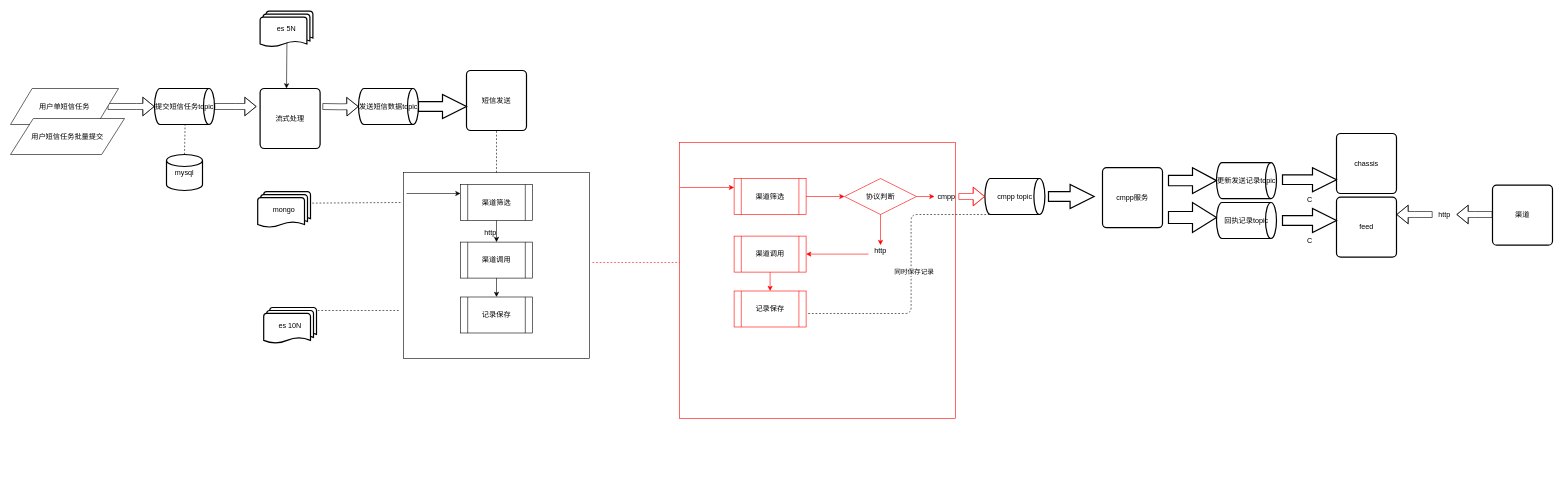
Earlier version of the draw.io diagram Untitled Diagram.drawio (hack0303/draw.io-store). Source tidied: cells renumbered, new cells numbered last; positions are measured from the earlier drawing's top-left corner, leaving out a move shared by most shapes. Both pictures are drawn from the tidied source at 60%, with x=0, y=0 at pixel (10, 11).
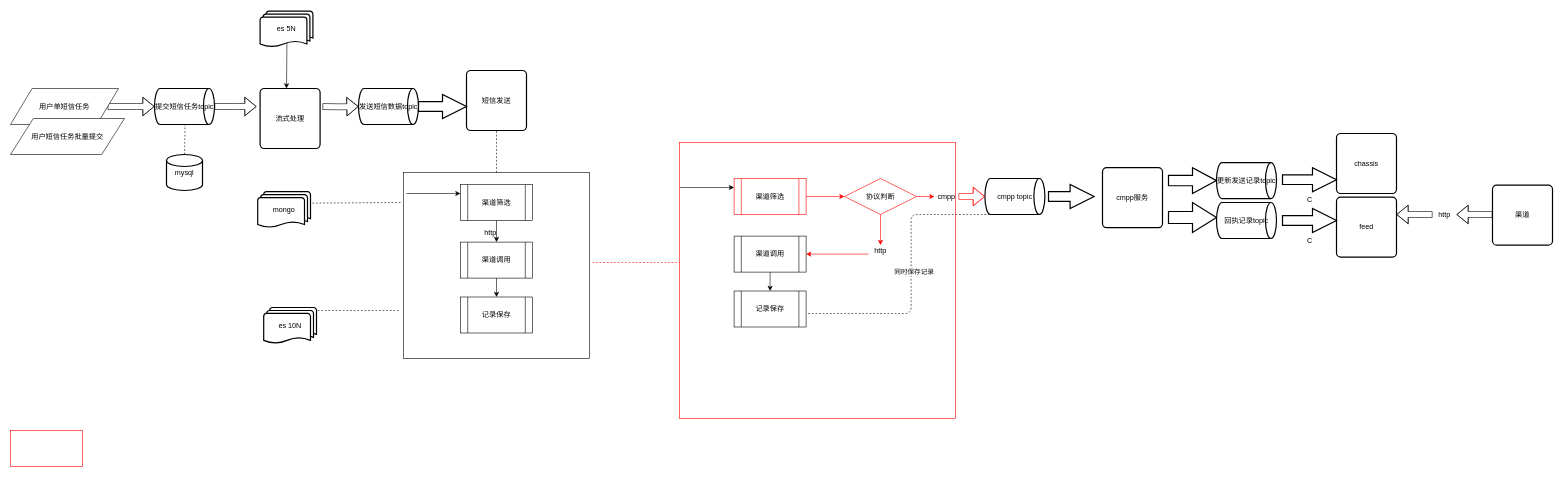
Above is the later version.

Unchanged cells that the change refers to:
```xml
<mxCell id="24" value="渠道筛选" style="shape=process;whiteSpace=wrap;html=1;backgroundOutline=1;strokeColor=#FF0000;" parent="1" vertex="1">
  <mxGeometry x="1206" y="279" width="120" height="60" as="geometry" />
</mxCell>
```

Change to the diagram source:
```diff
@@
-    <mxCell id="22" value="渠道调用" style="shape=process;whiteSpace=wrap;html=1;backgroundOutline=1;strokeColor=#FF0000;" parent="1" vertex="1">
+    <mxCell id="22" value="渠道调用" style="shape=process;whiteSpace=wrap;html=1;backgroundOutline=1;strokeColor=#000000;" parent="1" vertex="1">
       <mxGeometry x="1206" y="375" width="120" height="60" as="geometry" />
     </mxCell>
-    <mxCell id="23" value="记录保存" style="shape=process;whiteSpace=wrap;html=1;backgroundOutline=1;strokeColor=#FF0000;" parent="1" vertex="1">
+    <mxCell id="23" value="记录保存" style="shape=process;whiteSpace=wrap;html=1;backgroundOutline=1;strokeColor=#000000;" parent="1" vertex="1">
       <mxGeometry x="1206" y="466.5" width="120" height="60" as="geometry" />
     </mxCell>
@@
-    <mxCell id="25" style="endArrow=classic;html=1;exitX=0.5;exitY=1;exitDx=0;exitDy=0;entryX=0.5;entryY=0;entryDx=0;entryDy=0;strokeColor=#FF0000;" parent="1" edge="1" source="22" target="23">
+    <mxCell id="25" style="endArrow=classic;html=1;exitX=0.5;exitY=1;exitDx=0;exitDy=0;entryX=0.5;entryY=0;entryDx=0;entryDy=0;strokeColor=#000000;" parent="1" edge="1" source="22" target="23">
       <mxGeometry relative="1" as="geometry" />
     </mxCell>
-    <mxCell id="26" style="endArrow=classic;html=1;entryX=0;entryY=0.25;entryDx=0;entryDy=0;strokeColor=#FF0000;" parent="1" edge="1" target="24">
+    <mxCell id="26" style="endArrow=classic;html=1;entryX=0;entryY=0.25;entryDx=0;entryDy=0;strokeColor=#000000;" parent="1" edge="1" target="24">
       <mxGeometry relative="1" as="geometry">
         <mxPoint x="1116" y="294" as="sourcePoint" />
       </mxGeometry>
     </mxCell>
@@
+    <mxCell id="62" style="whiteSpace=wrap;html=1;strokeColor=#FF0000;fillColor=#FFFFFF;" parent="1" vertex="1">
+      <mxGeometry y="699" width="120" height="60" as="geometry" />
+    </mxCell>
```
